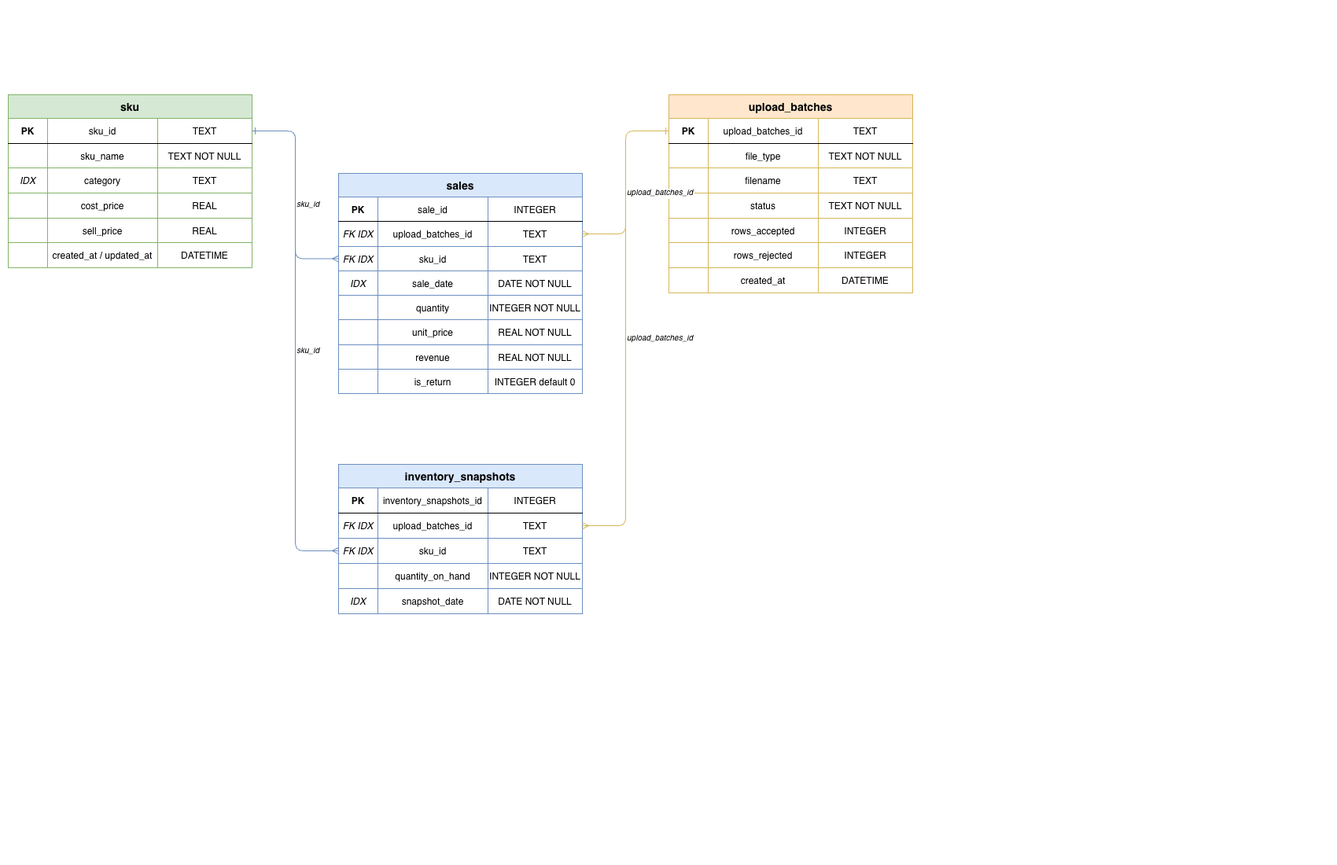
Above: pics/png/logical_ERD.png in Kinosaur/retail-insights (draw.io), before the change. Source tidied: cells renumbered, new cells last; positions are measured from the earlier drawing's top-left corner, leaving out a move shared by most shapes.
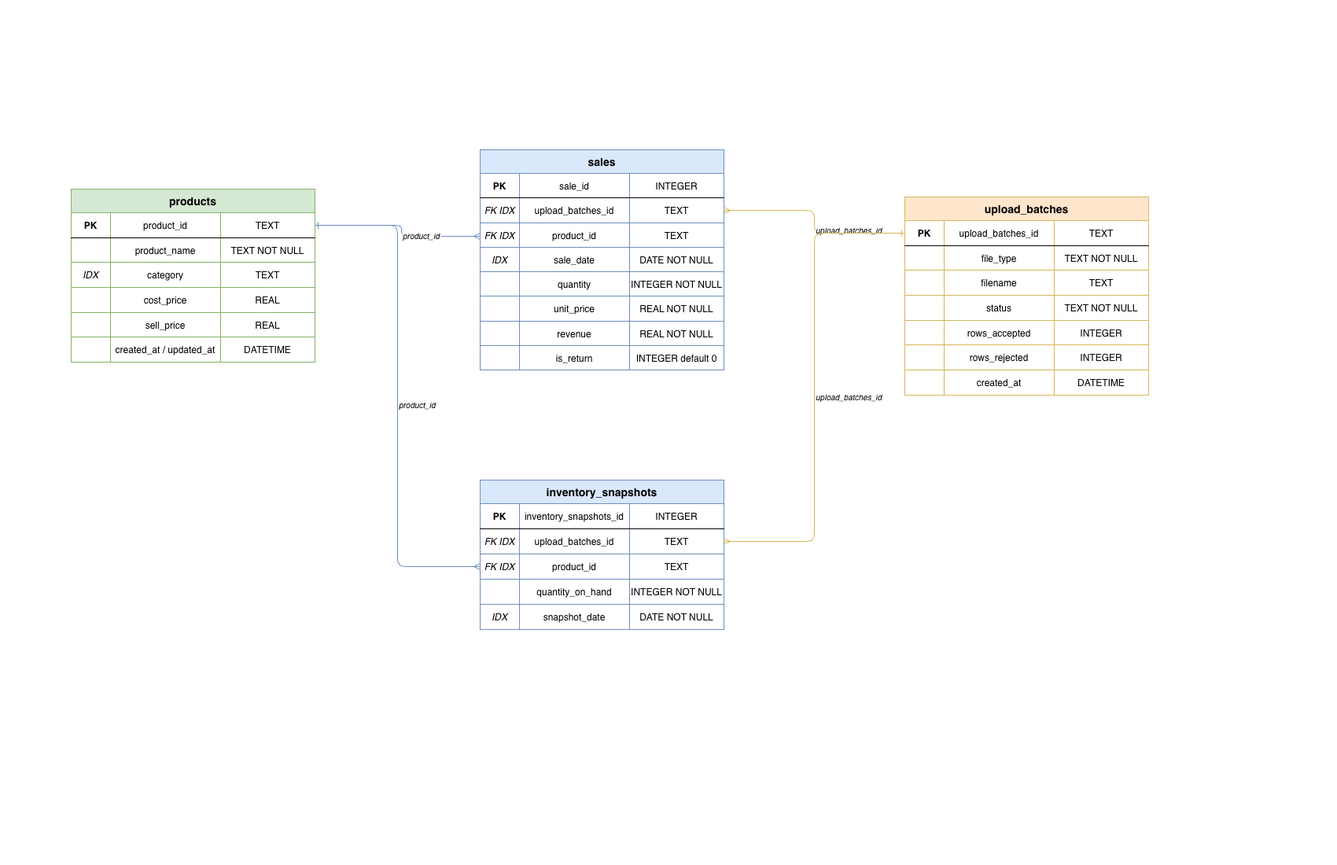
The same file after the commit.

Diff of the diagram source:
```diff
@@ -2,8 +2,8 @@
   <root>
     <mxCell id="0" />
     <mxCell id="1" parent="0" />
-    <mxCell id="2" value="sku" style="shape=table;startSize=30;fillColor=#d5e8d4;strokeColor=#82b366;fontStyle=1;fontSize=14;" parent="1" vertex="1">
-      <mxGeometry x="10" y="120" width="310" height="220" as="geometry" />
+    <mxCell id="2" value="products" style="shape=table;startSize=30;fillColor=#d5e8d4;strokeColor=#82b366;fontStyle=1;fontSize=14;" parent="1" vertex="1">
+      <mxGeometry x="90" y="240" width="310" height="220" as="geometry" />
     </mxCell>
     <mxCell id="3" style="shape=tableRow;horizontal=0;startSize=0;swimlaneHead=0;swimlaneBody=0;fillColor=none;points=[[0,0.5],[1,0.5]];portConstraint=eastwest;fontSize=12;top=0;left=0;right=0;bottom=1;" parent="2" vertex="1">
       <mxGeometry y="30" width="310" height="32" as="geometry" />
@@ -11,7 +11,7 @@
     <mxCell id="4" value="PK" style="shape=partialRectangle;fillColor=none;top=0;left=0;bottom=0;right=0;fontStyle=1;overflow=hidden;" parent="3" vertex="1">
       <mxGeometry width="50" height="32" as="geometry" />
     </mxCell>
-    <mxCell id="5" value="sku_id" style="shape=partialRectangle;fillColor=none;top=0;left=0;bottom=0;right=0;overflow=hidden;" parent="3" vertex="1">
+    <mxCell id="5" value="product_id" style="shape=partialRectangle;fillColor=none;top=0;left=0;bottom=0;right=0;overflow=hidden;" parent="3" vertex="1">
       <mxGeometry x="50" width="140" height="32" as="geometry" />
     </mxCell>
     <mxCell id="6" value="TEXT" style="shape=partialRectangle;fillColor=none;top=0;left=0;bottom=0;right=0;overflow=hidden;" parent="3" vertex="1">
@@ -23,7 +23,7 @@
     <mxCell id="8" style="shape=partialRectangle;fillColor=none;top=0;left=0;bottom=0;right=0;overflow=hidden;" parent="7" vertex="1">
       <mxGeometry width="50" height="31" as="geometry" />
     </mxCell>
-    <mxCell id="9" value="sku_name" style="shape=partialRectangle;fillColor=none;top=0;left=0;bottom=0;right=0;overflow=hidden;" parent="7" vertex="1">
+    <mxCell id="9" value="product_name" style="shape=partialRectangle;fillColor=none;top=0;left=0;bottom=0;right=0;overflow=hidden;" parent="7" vertex="1">
       <mxGeometry x="50" width="140" height="31" as="geometry" />
     </mxCell>
     <mxCell id="10" value="TEXT NOT NULL" style="shape=partialRectangle;fillColor=none;top=0;left=0;bottom=0;right=0;overflow=hidden;" parent="7" vertex="1">
@@ -78,7 +78,7 @@
       <mxGeometry x="190" width="120" height="32" as="geometry" />
     </mxCell>
     <mxCell id="27" value="upload_batches" style="shape=table;startSize=30;fillColor=#ffe6cc;strokeColor=#d6b656;fontStyle=1;fontSize=14;" parent="1" vertex="1">
-      <mxGeometry x="850" y="120" width="310" height="252" as="geometry" />
+      <mxGeometry x="1150" y="250" width="310" height="252" as="geometry" />
     </mxCell>
     <mxCell id="28" style="shape=tableRow;horizontal=0;startSize=0;swimlaneHead=0;swimlaneBody=0;fillColor=none;points=[[0,0.5],[1,0.5]];portConstraint=eastwest;fontSize=12;top=0;left=0;right=0;bottom=1;" parent="27" vertex="1">
       <mxGeometry y="30" width="310" height="32" as="geometry" />
@@ -165,7 +165,7 @@
       <mxGeometry x="190" width="120" height="32" as="geometry" />
     </mxCell>
     <mxCell id="56" value="sales" style="shape=table;startSize=30;fillColor=#dae8fc;strokeColor=#6c8ebf;fontStyle=1;fontSize=14;" parent="1" vertex="1">
-      <mxGeometry x="430" y="220" width="310" height="280" as="geometry" />
+      <mxGeometry x="610" y="190" width="310" height="280" as="geometry" />
     </mxCell>
     <mxCell id="57" style="shape=tableRow;horizontal=0;startSize=0;swimlaneHead=0;swimlaneBody=0;fillColor=none;fontSize=12;top=0;left=0;right=0;bottom=1;" parent="56" vertex="1">
       <mxGeometry y="30" width="310" height="31" as="geometry" />
@@ -197,7 +197,7 @@
     <mxCell id="66" value="FK IDX" style="shape=partialRectangle;fillColor=none;top=0;left=0;bottom=0;right=0;fontStyle=2;overflow=hidden;" parent="65" vertex="1">
       <mxGeometry width="50" height="31" as="geometry" />
     </mxCell>
-    <mxCell id="67" value="sku_id" style="shape=partialRectangle;fillColor=none;top=0;left=0;bottom=0;right=0;overflow=hidden;" parent="65" vertex="1">
+    <mxCell id="67" value="product_id" style="shape=partialRectangle;fillColor=none;top=0;left=0;bottom=0;right=0;overflow=hidden;" parent="65" vertex="1">
       <mxGeometry x="50" width="140" height="31" as="geometry" />
     </mxCell>
     <mxCell id="68" value="TEXT" style="shape=partialRectangle;fillColor=none;top=0;left=0;bottom=0;right=0;overflow=hidden;" parent="65" vertex="1">
@@ -264,7 +264,7 @@
       <mxGeometry x="190" width="120" height="31" as="geometry" />
     </mxCell>
     <mxCell id="89" value="inventory_snapshots" style="shape=table;startSize=30;fillColor=#dae8fc;strokeColor=#6c8ebf;fontStyle=1;fontSize=14;" parent="1" vertex="1">
-      <mxGeometry x="430" y="590" width="310" height="190" as="geometry" />
+      <mxGeometry x="610" y="610" width="310" height="190" as="geometry" />
     </mxCell>
     <mxCell id="90" style="shape=tableRow;horizontal=0;startSize=0;swimlaneHead=0;swimlaneBody=0;fillColor=none;fontSize=12;top=0;left=0;right=0;bottom=1;" parent="89" vertex="1">
       <mxGeometry y="30" width="310" height="32" as="geometry" />
@@ -296,7 +296,7 @@
     <mxCell id="99" value="FK IDX" style="shape=partialRectangle;fillColor=none;top=0;left=0;bottom=0;right=0;fontStyle=2;overflow=hidden;" parent="98" vertex="1">
       <mxGeometry width="50" height="32" as="geometry" />
     </mxCell>
-    <mxCell id="100" value="sku_id" style="shape=partialRectangle;fillColor=none;top=0;left=0;bottom=0;right=0;overflow=hidden;" parent="98" vertex="1">
+    <mxCell id="100" value="product_id" style="shape=partialRectangle;fillColor=none;top=0;left=0;bottom=0;right=0;overflow=hidden;" parent="98" vertex="1">
       <mxGeometry x="50" width="140" height="32" as="geometry" />
     </mxCell>
     <mxCell id="101" value="TEXT" style="shape=partialRectangle;fillColor=none;top=0;left=0;bottom=0;right=0;overflow=hidden;" parent="98" vertex="1">
@@ -327,9 +327,14 @@
       <mxGeometry x="190" width="120" height="32" as="geometry" />
     </mxCell>
     <mxCell id="110" style="edgeStyle=orthogonalEdgeStyle;rounded=1;startArrow=ERmany;startFill=0;endArrow=ERone;endFill=0;strokeColor=#6c8ebf;" parent="1" edge="1" source="65" target="3">
-      <mxGeometry relative="1" as="geometry" />
+      <mxGeometry relative="1" as="geometry">
+        <Array as="points">
+          <mxPoint x="510" y="300" />
+          <mxPoint x="510" y="286" />
+        </Array>
+      </mxGeometry>
     </mxCell>
-    <mxCell id="111" value="sku_id" style="edgeLabel;fontSize=10;fontStyle=2;" parent="110" vertex="1">
+    <mxCell id="111" value="product_id" style="edgeLabel;fontSize=10;fontStyle=2;" parent="110" vertex="1">
       <mxGeometry as="geometry" />
     </mxCell>
     <mxCell id="112" style="edgeStyle=orthogonalEdgeStyle;rounded=1;startArrow=ERmany;startFill=0;endArrow=ERone;endFill=0;strokeColor=#d6b656;" parent="1" edge="1" source="61" target="28">
@@ -341,7 +346,7 @@
     <mxCell id="114" style="edgeStyle=orthogonalEdgeStyle;rounded=1;startArrow=ERmany;startFill=0;endArrow=ERone;endFill=0;strokeColor=#6c8ebf;" parent="1" edge="1" source="98" target="3">
       <mxGeometry relative="1" as="geometry" />
     </mxCell>
-    <mxCell id="115" value="sku_id" style="edgeLabel;fontSize=10;fontStyle=2;" parent="114" vertex="1">
+    <mxCell id="115" value="product_id" style="edgeLabel;fontSize=10;fontStyle=2;" parent="114" vertex="1">
       <mxGeometry as="geometry" />
     </mxCell>
     <mxCell id="116" style="edgeStyle=orthogonalEdgeStyle;rounded=1;startArrow=ERmany;startFill=0;endArrow=ERone;endFill=0;strokeColor=#d6b656;" parent="1" edge="1" source="94" target="28">
```
